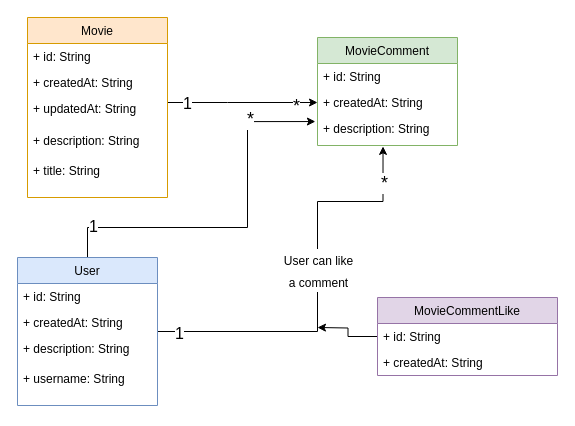
Before: assets/graphql_db_schema.drawio in krivanek06/graphql_example, a draw.io diagram. Source tidied: cells renumbered, new cells numbered last; positions are measured from the earlier drawing's top-left corner, leaving out a move shared by most shapes. Both pictures are drawn from the tidied source at 100%, with x=0, y=0 at pixel (17, 17).
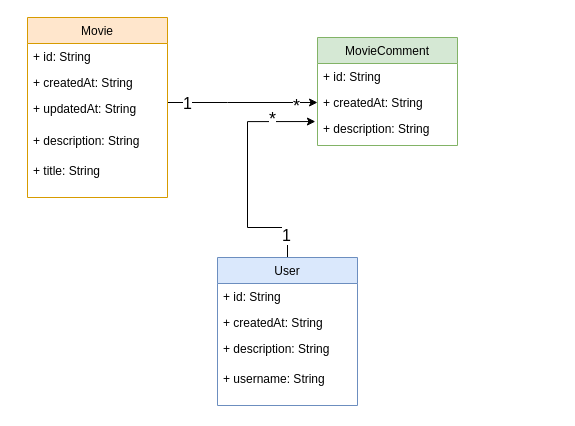
The same page after the edit.

Commit message:
feat: updated graphql_db_schema

Unchanged cells that the change refers to:
```xml
<mxCell id="26" value="+ description: String" style="text;strokeColor=none;fillColor=none;align=left;verticalAlign=top;spacingLeft=4;spacingRight=4;overflow=hidden;points=[[0,0.5],[1,0.5]];portConstraint=eastwest;" parent="23" vertex="1">
  <mxGeometry y="78" width="140" height="30" as="geometry" />
</mxCell>
```

Diff of the diagram source:
```diff
@@
-    <mxCell id="11" style="edgeStyle=orthogonalEdgeStyle;rounded=0;jettySize=auto;html=1;entryX=-0.015;entryY=0.202;entryDx=0;entryDy=0;entryPerimeter=0;" parent="1" edge="1" source="18" target="26">
+    <mxCell id="11" style="edgeStyle=orthogonalEdgeStyle;rounded=0;jettySize=auto;html=1;entryX=-0.015;entryY=0.202;entryDx=0;entryDy=0;entryPerimeter=0;exitX=0.5;exitY=0;exitDx=0;exitDy=0;" parent="1" edge="1" source="18" target="26">
       <mxGeometry relative="1" as="geometry">
         <Array as="points">
-          <mxPoint x="70" y="210" />
+          <mxPoint x="270" y="210" />
           <mxPoint x="230" y="210" />
           <mxPoint x="230" y="104" />
         </Array>
       </mxGeometry>
     </mxCell>
@@
-    <mxCell id="14" style="edgeStyle=orthogonalEdgeStyle;rounded=0;jettySize=auto;html=1;entryX=0.468;entryY=1.03;entryDx=0;entryDy=0;entryPerimeter=0;fontSize=18;" parent="1" edge="1" source="18" target="26">
-      <mxGeometry relative="1" as="geometry">
-        <Array as="points">
-          <mxPoint x="300" y="314" />
-          <mxPoint x="300" y="184" />
-          <mxPoint x="365" y="184" />
-        </Array>
-      </mxGeometry>
-    </mxCell>
-    <mxCell id="15" value="1" style="edgeLabel;html=1;align=center;verticalAlign=middle;fontSize=16;" parent="14" vertex="1">
-      <mxGeometry x="-0.9" y="-1" relative="1" as="geometry" />
-    </mxCell>
-    <mxCell id="16" value="*" style="edgeLabel;html=1;align=center;verticalAlign=middle;fontSize=18;" parent="14" vertex="1">
-      <mxGeometry x="0.82" y="-1" relative="1" as="geometry" />
-    </mxCell>
-    <mxCell id="17" value="&lt;font style=&quot;font-size: 12px;&quot;&gt;User can like&lt;br&gt;a comment&lt;/font&gt;" style="edgeLabel;html=1;align=center;verticalAlign=middle;fontSize=18;" parent="14" vertex="1">
-      <mxGeometry x="0.08" relative="1" as="geometry" />
-    </mxCell>
     <mxCell id="18" value="User" style="swimlane;fontStyle=0;horizontal=1;startSize=26;fillColor=#dae8fc;strokeColor=#6c8ebf;" parent="1" vertex="1">
-      <mxGeometry y="240" width="140" height="148" as="geometry" />
+      <mxGeometry x="200" y="240" width="140" height="148" as="geometry" />
     </mxCell>
@@
-    <mxCell id="27" style="edgeStyle=orthogonalEdgeStyle;rounded=0;jettySize=auto;html=1;fontSize=18;" parent="1" edge="1" source="28">
-      <mxGeometry relative="1" as="geometry">
-        <mxPoint x="300" y="310" as="targetPoint" />
-      </mxGeometry>
-    </mxCell>
-    <mxCell id="28" value="MovieCommentLike" style="swimlane;fontStyle=0;horizontal=1;startSize=26;fillColor=#e1d5e7;strokeColor=#9673a6;" parent="1" vertex="1">
-      <mxGeometry x="360" y="280" width="180" height="78" as="geometry" />
-    </mxCell>
-    <mxCell id="29" value="+ id: String" style="text;strokeColor=none;fillColor=none;align=left;verticalAlign=top;spacingLeft=4;spacingRight=4;overflow=hidden;" parent="28" vertex="1">
-      <mxGeometry y="26" width="180" height="26" as="geometry" />
-    </mxCell>
-    <mxCell id="30" value="+ createdAt: String" style="text;strokeColor=none;fillColor=none;align=left;verticalAlign=top;spacingLeft=4;spacingRight=4;overflow=hidden;" parent="28" vertex="1">
-      <mxGeometry y="52" width="180" height="26" as="geometry" />
-    </mxCell>
```
